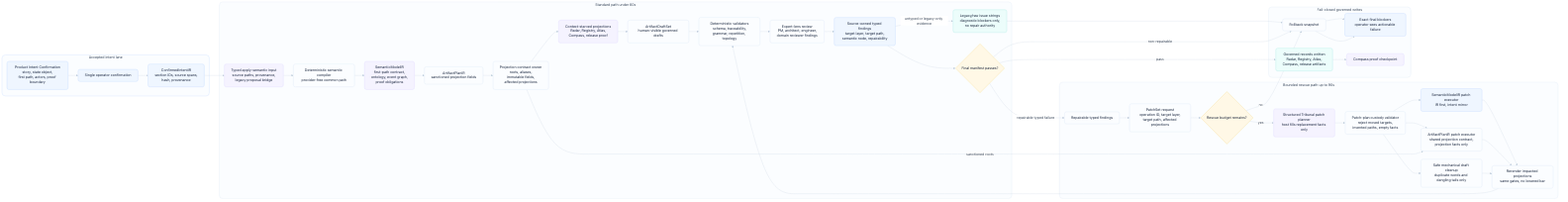
Before: odylith/atlas/source/domain-intelligence-greenfield-governance.png, a diagram exported from Mermaid (odylith/odylith). Its source is kept beside it as odylith/atlas/source/domain-intelligence-greenfield-governance.mmd.
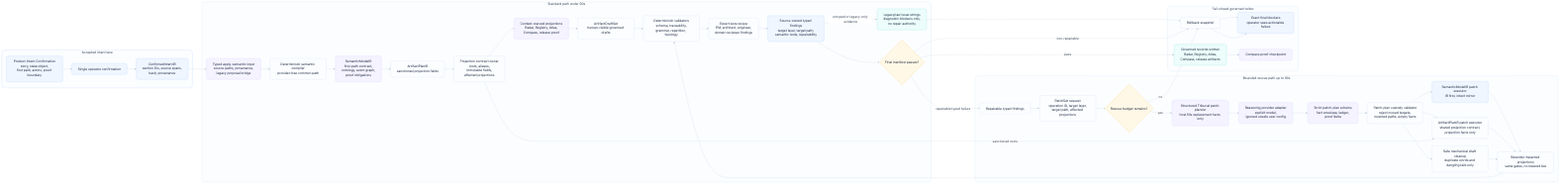
Above is the later version.

Change to the diagram source:
```diff
@@ -28,6 +28,8 @@
       patchset["PatchSet request<br/>operation ID, target layer,<br/>target path, affected projections"]
       rescue_budget{"Rescue budget remains?"}
       tribunal_planner["Structured Tribunal patch planner<br/>host fills replacement facts only"]
+      provider_adapter["Reasoning provider adapter<br/>explicit model,<br/>ignored unsafe user config"]
+      strict_schema["Strict patch-plan schema<br/>fact envelope, ledger,<br/>proof delta"]
       custody_check["Patch-plan custody validator<br/>reject moved targets,<br/>invented paths, empty facts"]
       semantic_apply["SemanticModelIR patch executor<br/>IR first, intent mirror"]
       plan_apply["ArtifactPlanIR patch executor<br/>shared projection contract,<br/>projection facts only"]
@@ -49,7 +51,7 @@
     typed_findings -- "untyped or legacy-only evidence" --> legacy_blockers --> rollback
     final_manifest -- "pass" --> writes --> proof_log
     final_manifest -- "repairable typed failure" --> repairable --> patchset --> rescue_budget
-    rescue_budget -- "yes" --> tribunal_planner --> custody_check
+    rescue_budget -- "yes" --> tribunal_planner --> provider_adapter --> strict_schema --> custody_check
     custody_check --> semantic_apply
     custody_check --> plan_apply
     custody_check --> copy_repair
@@ -68,7 +70,7 @@
     classDef write fill:#F0FDF4,stroke:#86EFAC,color:#17233A,stroke-width:1.2px;
     class visible_intent,confirm,confirmed_ir intent;
     class apply_input,compiler,semantic_ir,artifact_plan,projection_contract,projections,draft_set,validators,expert_lenses,typed_findings,legacy_blockers,final_manifest standard;
-    class repairable,patchset,rescue_budget,tribunal_planner,custody_check,semantic_apply,plan_apply,copy_repair,rerender rescue;
+    class repairable,patchset,rescue_budget,tribunal_planner,provider_adapter,strict_schema,custody_check,semantic_apply,plan_apply,copy_repair,rerender rescue;
     class writes,rollback,blockers,proof_log write;
 
     style accepted_lane fill:#FBFDFF,stroke:#BFD7FE,stroke-width:1px,color:#334155
```
